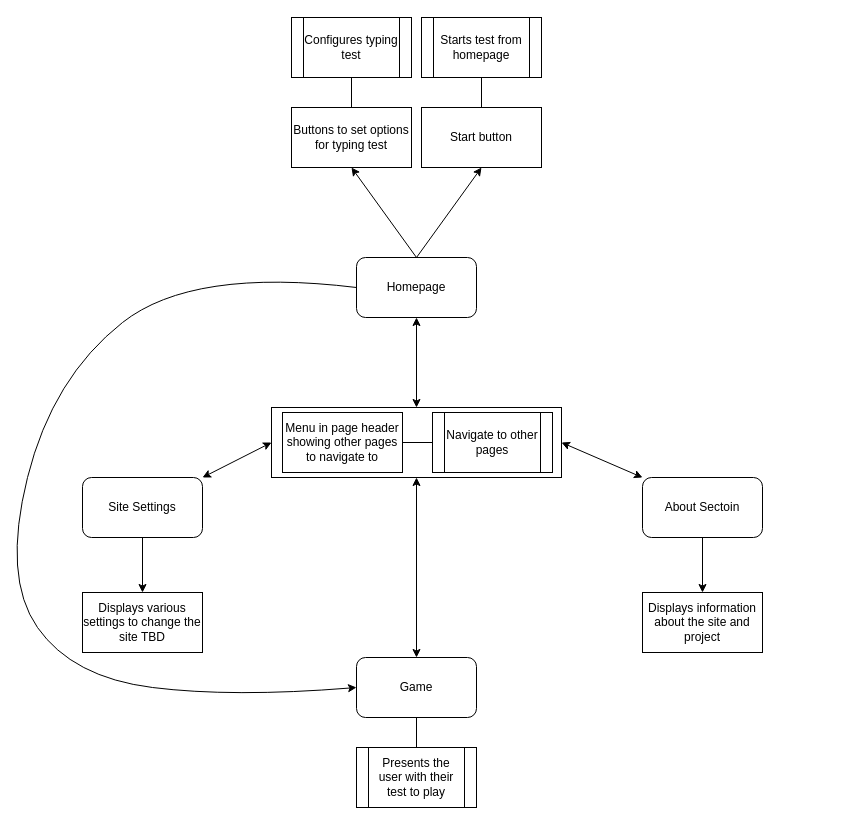
Above: SystemOverview.drawio in connorsdylan18/DrawioDiagrams (draw.io), before the change. Source tidied: cells renumbered, new cells numbered last; positions are measured from the earlier drawing's top-left corner, leaving out a move shared by most shapes. Both pictures are drawn from the tidied source at 100%, with x=0, y=0 at pixel (2, 17).
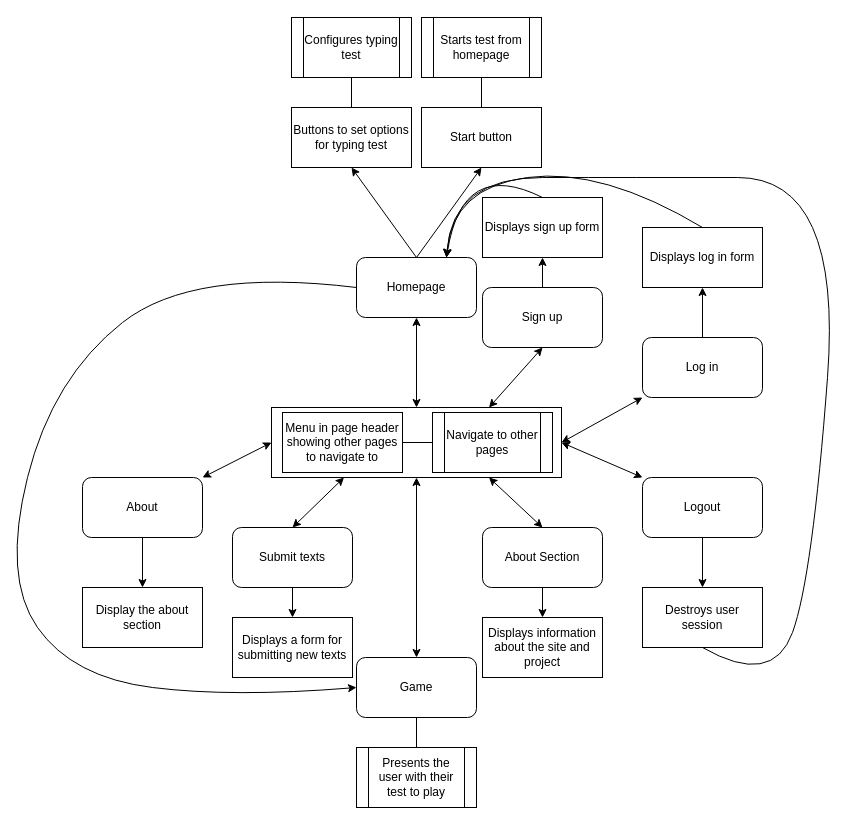
The same diagram, later.

Unchanged cells that the change refers to:
```xml
<mxCell id="8" style="rounded=0;whiteSpace=wrap;html=1;" parent="1" vertex="1">
  <mxGeometry x="269" y="390" width="290" height="70" as="geometry" />
</mxCell>
<mxCell id="15" value="Homepage" style="rounded=1;whiteSpace=wrap;html=1;" parent="1" vertex="1">
  <mxGeometry x="354" y="240" width="120" height="60" as="geometry" />
</mxCell>
```

Diff of the diagram source:
```diff
@@
-    <mxCell id="17" value="Site Settings" style="rounded=1;whiteSpace=wrap;html=1;" parent="1" vertex="1">
+    <mxCell id="17" value="About" style="rounded=1;whiteSpace=wrap;html=1;" parent="1" vertex="1">
       <mxGeometry x="80" y="460" width="120" height="60" as="geometry" />
     </mxCell>
-    <mxCell id="18" value="About Sectoin" style="rounded=1;whiteSpace=wrap;html=1;" parent="1" vertex="1">
-      <mxGeometry x="640" y="460" width="120" height="60" as="geometry" />
+    <mxCell id="18" value="About Section" style="rounded=1;whiteSpace=wrap;html=1;" parent="1" vertex="1">
+      <mxGeometry x="480" y="510" width="120" height="60" as="geometry" />
     </mxCell>
@@
     <mxCell id="20" value="Displays information about the site and project" style="rounded=0;whiteSpace=wrap;html=1;" parent="1" vertex="1">
-      <mxGeometry x="640" y="575" width="120" height="60" as="geometry" />
+      <mxGeometry x="480" y="600" width="120" height="60" as="geometry" />
     </mxCell>
@@
-    <mxCell id="22" style="endArrow=classic;startArrow=classic;html=1;rounded=0;entryX=1;entryY=0.5;entryDx=0;entryDy=0;exitX=0;exitY=0;exitDx=0;exitDy=0;" parent="1" edge="1" source="18" target="8">
+    <mxCell id="22" style="endArrow=classic;startArrow=classic;html=1;rounded=0;entryX=0.75;entryY=1;entryDx=0;entryDy=0;exitX=0.5;exitY=0;exitDx=0;exitDy=0;" parent="1" edge="1" source="18" target="8">
       <mxGeometry relative="1" as="geometry" />
     </mxCell>
@@
-    <mxCell id="25" value="Displays various settings to change the site TBD" style="rounded=0;whiteSpace=wrap;html=1;" parent="1" vertex="1">
-      <mxGeometry x="80" y="575" width="120" height="60" as="geometry" />
+    <mxCell id="25" value="Display the about section" style="rounded=0;whiteSpace=wrap;html=1;" parent="1" vertex="1">
+      <mxGeometry x="80" y="570" width="120" height="60" as="geometry" />
     </mxCell>
@@
+    <mxCell id="29" value="Submit texts" style="rounded=1;whiteSpace=wrap;html=1;shadow=0;strokeColor=#000000;" parent="1" vertex="1">
+      <mxGeometry x="230" y="510" width="120" height="60" as="geometry" />
+    </mxCell>
+    <mxCell id="30" value="Displays a form for submitting new texts" style="rounded=0;whiteSpace=wrap;html=1;shadow=0;strokeColor=#000000;" parent="1" vertex="1">
+      <mxGeometry x="230" y="600" width="120" height="60" as="geometry" />
+    </mxCell>
+    <mxCell id="31" style="endArrow=classic;startArrow=classic;html=1;rounded=0;exitX=0.5;exitY=0;exitDx=0;exitDy=0;entryX=0.25;entryY=1;entryDx=0;entryDy=0;" parent="1" edge="1" source="29" target="8">
+      <mxGeometry relative="1" as="geometry" />
+    </mxCell>
+    <mxCell id="32" style="endArrow=classic;html=1;rounded=0;exitX=0.5;exitY=1;exitDx=0;exitDy=0;entryX=0.5;entryY=0;entryDx=0;entryDy=0;" parent="1" edge="1" source="29" target="30">
+      <mxGeometry relative="1" as="geometry" />
+    </mxCell>
+    <mxCell id="33" style="edgeStyle=orthogonalEdgeStyle;rounded=0;jettySize=auto;html=1;exitX=0.5;exitY=0;exitDx=0;exitDy=0;entryX=0.5;entryY=1;entryDx=0;entryDy=0;" parent="1" edge="1" source="34" target="43">
+      <mxGeometry relative="1" as="geometry" />
+    </mxCell>
+    <mxCell id="34" value="Log in" style="rounded=1;whiteSpace=wrap;html=1;shadow=0;strokeColor=#000000;" parent="1" vertex="1">
+      <mxGeometry x="640" y="320" width="120" height="60" as="geometry" />
+    </mxCell>
+    <mxCell id="35" style="edgeStyle=orthogonalEdgeStyle;rounded=0;jettySize=auto;html=1;exitX=0.5;exitY=0;exitDx=0;exitDy=0;entryX=0.5;entryY=1;entryDx=0;entryDy=0;" parent="1" edge="1" source="36" target="42">
+      <mxGeometry relative="1" as="geometry" />
+    </mxCell>
+    <mxCell id="36" value="Sign up" style="rounded=1;whiteSpace=wrap;html=1;shadow=0;strokeColor=#000000;" parent="1" vertex="1">
+      <mxGeometry x="480" y="270" width="120" height="60" as="geometry" />
+    </mxCell>
+    <mxCell id="37" style="edgeStyle=orthogonalEdgeStyle;rounded=0;jettySize=auto;html=1;exitX=0.5;exitY=1;exitDx=0;exitDy=0;entryX=0.5;entryY=0;entryDx=0;entryDy=0;" parent="1" edge="1" source="38" target="44">
+      <mxGeometry relative="1" as="geometry" />
+    </mxCell>
+    <mxCell id="38" value="Logout" style="rounded=1;whiteSpace=wrap;html=1;shadow=0;strokeColor=#000000;" parent="1" vertex="1">
+      <mxGeometry x="640" y="460" width="120" height="60" as="geometry" />
+    </mxCell>
+    <mxCell id="39" style="endArrow=classic;startArrow=classic;html=1;rounded=0;exitX=0.75;exitY=0;exitDx=0;exitDy=0;entryX=0.5;entryY=1;entryDx=0;entryDy=0;" parent="1" edge="1" source="8" target="36">
+      <mxGeometry relative="1" as="geometry" />
+    </mxCell>
+    <mxCell id="40" style="endArrow=classic;startArrow=classic;html=1;rounded=0;exitX=1;exitY=0.5;exitDx=0;exitDy=0;entryX=0;entryY=1;entryDx=0;entryDy=0;" parent="1" edge="1" source="8" target="34">
+      <mxGeometry relative="1" as="geometry" />
+    </mxCell>
+    <mxCell id="41" style="endArrow=classic;startArrow=classic;html=1;rounded=0;exitX=1;exitY=0.5;exitDx=0;exitDy=0;entryX=0;entryY=0;entryDx=0;entryDy=0;" parent="1" edge="1" source="8" target="38">
+      <mxGeometry relative="1" as="geometry" />
+    </mxCell>
+    <mxCell id="42" value="Displays sign up form" style="rounded=0;whiteSpace=wrap;html=1;shadow=0;strokeColor=#000000;" parent="1" vertex="1">
+      <mxGeometry x="480" y="180" width="120" height="60" as="geometry" />
+    </mxCell>
+    <mxCell id="43" value="Displays log in form" style="rounded=0;whiteSpace=wrap;html=1;shadow=0;strokeColor=#000000;" parent="1" vertex="1">
+      <mxGeometry x="640" y="210" width="120" height="60" as="geometry" />
+    </mxCell>
+    <mxCell id="44" value="Destroys user session" style="rounded=0;whiteSpace=wrap;html=1;shadow=0;strokeColor=#000000;" parent="1" vertex="1">
+      <mxGeometry x="640" y="570" width="120" height="60" as="geometry" />
+    </mxCell>
+    <mxCell id="45" style="curved=1;endArrow=classic;html=1;rounded=0;exitX=0.5;exitY=1;exitDx=0;exitDy=0;entryX=0.75;entryY=0;entryDx=0;entryDy=0;" parent="1" edge="1" source="44" target="15">
+      <mxGeometry relative="1" as="geometry">
+        <Array as="points">
+          <mxPoint x="770" y="670" />
+          <mxPoint x="810" y="560" />
+          <mxPoint x="840" y="160" />
+          <mxPoint x="630" y="160" />
+          <mxPoint x="450" y="160" />
+        </Array>
+      </mxGeometry>
+    </mxCell>
+    <mxCell id="46" style="curved=1;endArrow=classic;html=1;rounded=0;exitX=0.5;exitY=0;exitDx=0;exitDy=0;entryX=0.75;entryY=0;entryDx=0;entryDy=0;" parent="1" edge="1" source="43" target="15">
+      <mxGeometry relative="1" as="geometry">
+        <Array as="points">
+          <mxPoint x="600" y="150" />
+          <mxPoint x="450" y="170" />
+        </Array>
+      </mxGeometry>
+    </mxCell>
+    <mxCell id="47" style="curved=1;endArrow=classic;html=1;rounded=0;exitX=0.5;exitY=0;exitDx=0;exitDy=0;entryX=0.75;entryY=0;entryDx=0;entryDy=0;" parent="1" edge="1" source="42" target="15">
+      <mxGeometry relative="1" as="geometry">
+        <Array as="points">
+          <mxPoint x="460" y="140" />
+        </Array>
+      </mxGeometry>
+    </mxCell>
```
